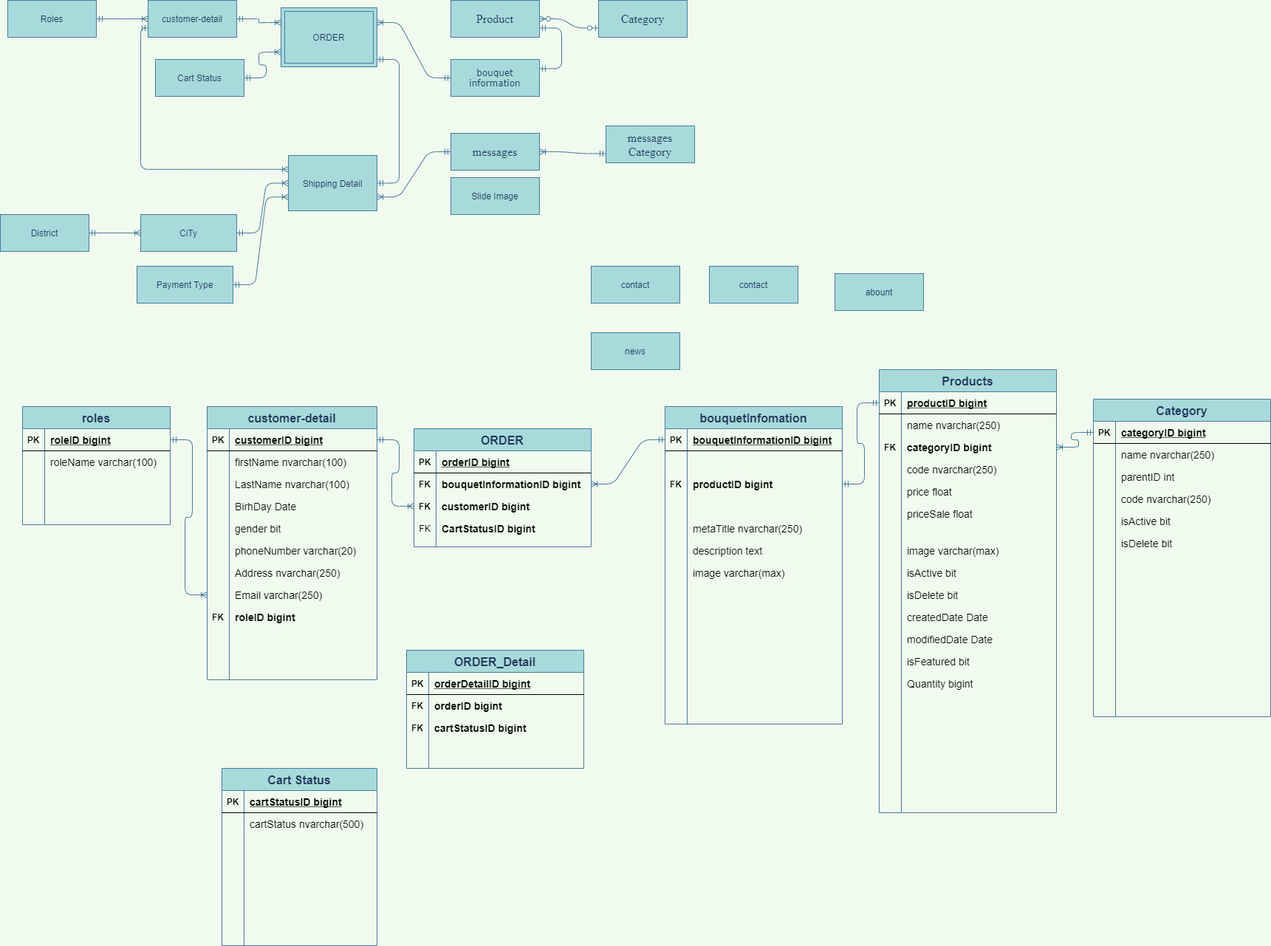
Earlier version of the draw.io export Untitled Diagram.png (maialino123/Eproject-SEM3). Source tidied: cells renumbered, new cells last; positions are measured from the earlier drawing's top-left corner, leaving out a move shared by most shapes.
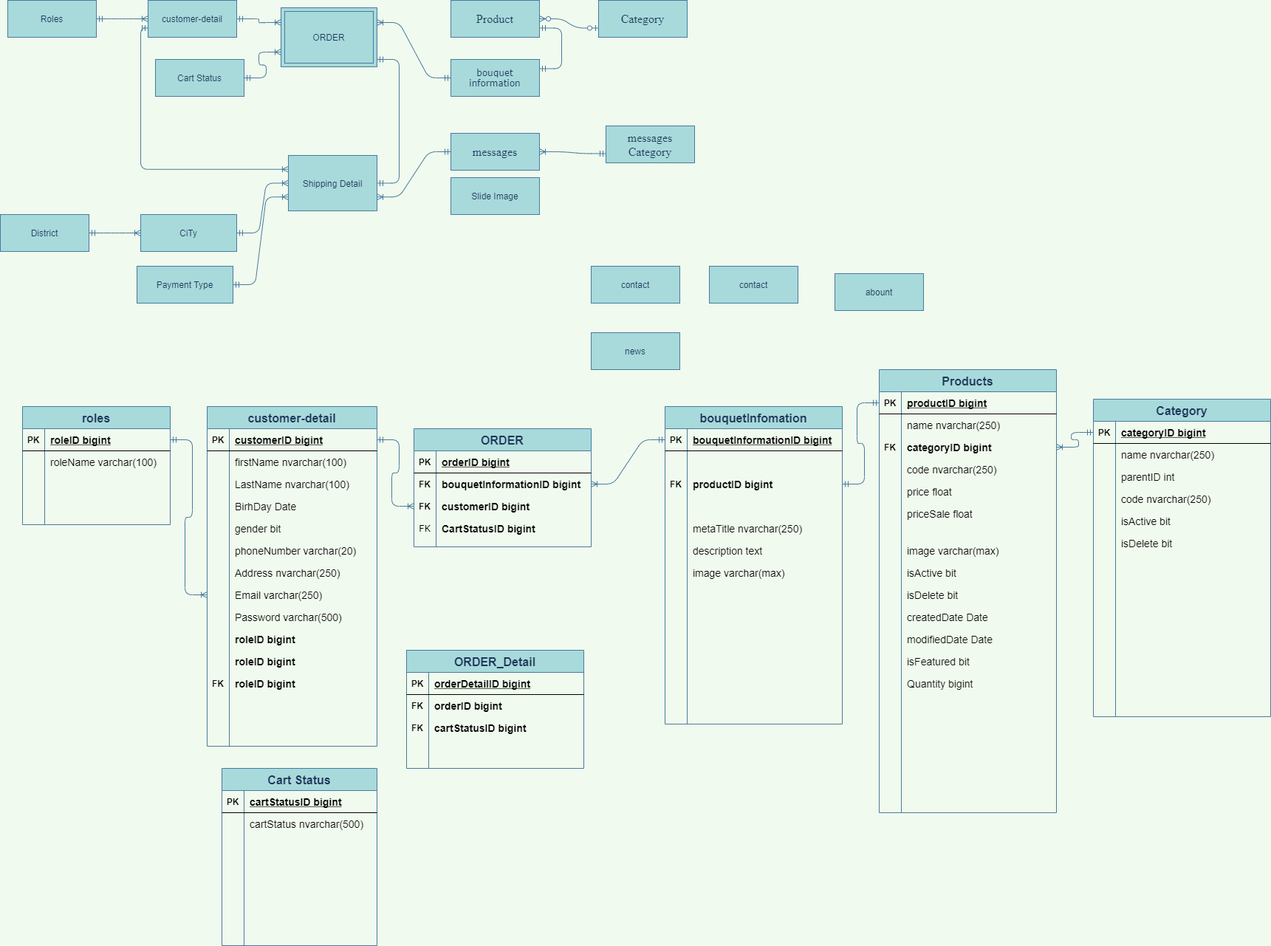
Above is the later version.

Change to the diagram source:
```diff
@@ -134,7 +134,7 @@
       <mxGeometry x="30" width="170" height="30" as="geometry" />
     </mxCell>
     <mxCell id="45" value="customer-detail" style="shape=table;startSize=30;rowLines=0;fontStyle=1;align=center;rounded=0;sketch=0;fontColor=#1D3557;strokeColor=#457B9D;fillColor=#A8DADC;fontSize=16;" parent="1" vertex="1">
-      <mxGeometry x="280" y="550" width="230" height="370" as="geometry" />
+      <mxGeometry x="280" y="550" width="230" height="460" as="geometry" />
     </mxCell>
     <mxCell id="46" style="shape=partialRectangle;fillColor=none;top=0;left=0;bottom=1;right=0;points=[[0,0.5],[1,0.5]];portConstraint=eastwest;" parent="45" vertex="1">
       <mxGeometry y="30" width="230" height="30" as="geometry" />
@@ -211,12 +211,39 @@
     <mxCell id="70" style="shape=partialRectangle;fillColor=none;top=0;left=0;bottom=0;right=0;" parent="45" vertex="1">
       <mxGeometry y="270" width="230" height="30" as="geometry" />
     </mxCell>
-    <mxCell id="71" value="FK" style="shape=partialRectangle;fillColor=none;top=0;left=0;bottom=0;right=0;overflow=hidden;fontStyle=1;" parent="70" vertex="1">
+    <mxCell id="71" style="shape=partialRectangle;fillColor=none;top=0;left=0;bottom=0;right=0;overflow=hidden;fontStyle=1;" parent="70" vertex="1">
       <mxGeometry width="30" height="30" as="geometry" />
     </mxCell>
-    <mxCell id="72" value="roleID bigint" style="shape=partialRectangle;fillColor=none;top=0;left=0;bottom=0;right=0;align=left;spacingLeft=6;overflow=hidden;fontSize=14;fontStyle=1;" parent="70" vertex="1">
+    <mxCell id="72" value="Password varchar(500)" style="shape=partialRectangle;fillColor=none;top=0;left=0;bottom=0;right=0;align=left;spacingLeft=6;overflow=hidden;fontSize=14;fontStyle=0;" parent="70" vertex="1">
       <mxGeometry x="30" width="200" height="30" as="geometry" />
     </mxCell>
+    <mxCell id="220" style="shape=partialRectangle;fillColor=none;top=0;left=0;bottom=0;right=0;" parent="45" vertex="1">
+      <mxGeometry y="300" width="230" height="30" as="geometry" />
+    </mxCell>
+    <mxCell id="221" style="shape=partialRectangle;fillColor=none;top=0;left=0;bottom=0;right=0;overflow=hidden;fontStyle=1;" parent="220" vertex="1">
+      <mxGeometry width="30" height="30" as="geometry" />
+    </mxCell>
+    <mxCell id="222" value="roleID bigint" style="shape=partialRectangle;fillColor=none;top=0;left=0;bottom=0;right=0;align=left;spacingLeft=6;overflow=hidden;fontSize=14;fontStyle=1;" parent="220" vertex="1">
+      <mxGeometry x="30" width="200" height="30" as="geometry" />
+    </mxCell>
+    <mxCell id="223" style="shape=partialRectangle;fillColor=none;top=0;left=0;bottom=0;right=0;" parent="45" vertex="1">
+      <mxGeometry y="330" width="230" height="30" as="geometry" />
+    </mxCell>
+    <mxCell id="224" style="shape=partialRectangle;fillColor=none;top=0;left=0;bottom=0;right=0;overflow=hidden;fontStyle=1;" parent="223" vertex="1">
+      <mxGeometry width="30" height="30" as="geometry" />
+    </mxCell>
+    <mxCell id="225" value="roleID bigint" style="shape=partialRectangle;fillColor=none;top=0;left=0;bottom=0;right=0;align=left;spacingLeft=6;overflow=hidden;fontSize=14;fontStyle=1;" parent="223" vertex="1">
+      <mxGeometry x="30" width="200" height="30" as="geometry" />
+    </mxCell>
+    <mxCell id="226" style="shape=partialRectangle;fillColor=none;top=0;left=0;bottom=0;right=0;" parent="45" vertex="1">
+      <mxGeometry y="360" width="230" height="30" as="geometry" />
+    </mxCell>
+    <mxCell id="227" value="FK" style="shape=partialRectangle;fillColor=none;top=0;left=0;bottom=0;right=0;overflow=hidden;fontStyle=1;" parent="226" vertex="1">
+      <mxGeometry width="30" height="30" as="geometry" />
+    </mxCell>
+    <mxCell id="228" value="roleID bigint" style="shape=partialRectangle;fillColor=none;top=0;left=0;bottom=0;right=0;align=left;spacingLeft=6;overflow=hidden;fontSize=14;fontStyle=1;" parent="226" vertex="1">
+      <mxGeometry x="30" width="200" height="30" as="geometry" />
+    </mxCell>
     <mxCell id="73" value="Cart Status" style="shape=table;startSize=30;rowLines=0;fontStyle=1;align=center;rounded=0;sketch=0;fontColor=#1D3557;strokeColor=#457B9D;fillColor=#A8DADC;fontSize=16;" parent="1" vertex="1">
       <mxGeometry x="300" y="1040" width="210" height="240" as="geometry" />
     </mxCell>
```
